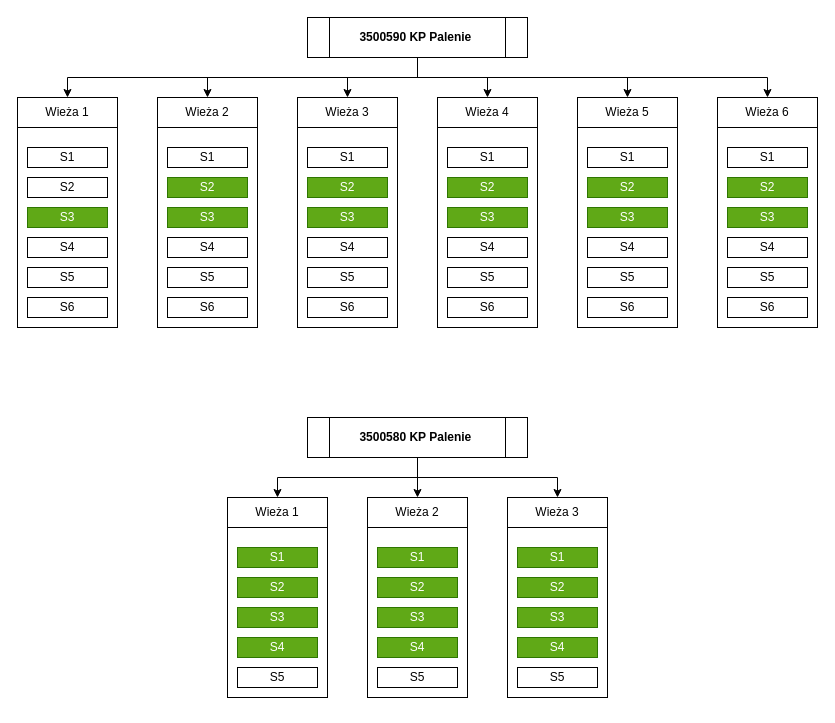
The draw.io diagram Diagram bez tytułu.drawio in goth1x/Baltic-Operator, before the edit. Source tidied: cells renumbered, new cells numbered last; positions are measured from the earlier drawing's top-left corner, leaving out a move shared by most shapes. Both pictures are drawn from the tidied source at 100%, with x=0, y=0 at pixel (17, 17).
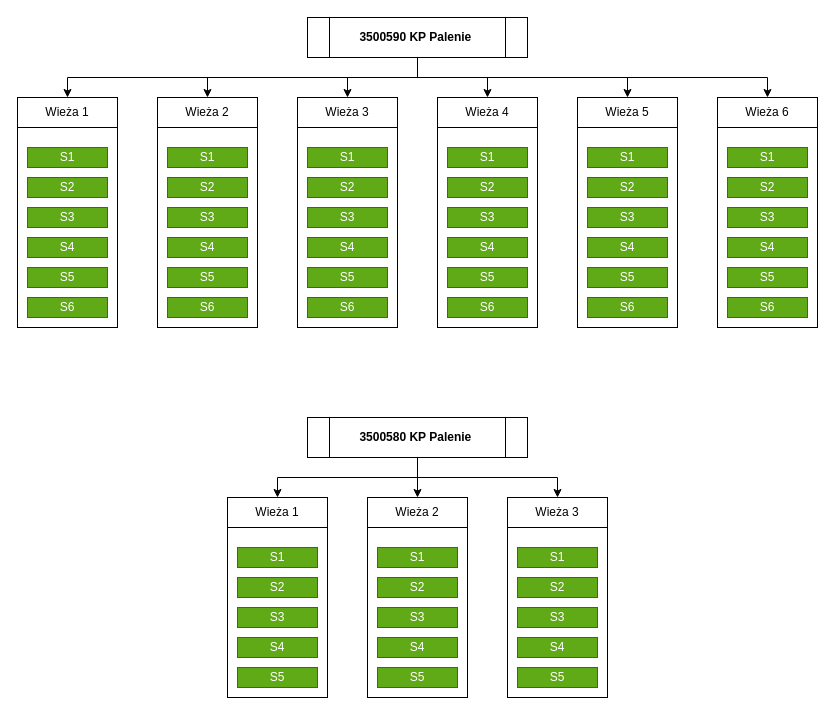
The same diagram, later.

Change to the diagram source:
```diff
@@
-    <mxCell id="16" value="S1" style="rounded=0;whiteSpace=wrap;html=1;" parent="1" vertex="1">
+    <mxCell id="16" value="S1" style="rounded=0;whiteSpace=wrap;html=1;fillColor=#60a917;fontColor=#ffffff;strokeColor=#2D7600;" parent="1" vertex="1">
       <mxGeometry x="10" y="130" width="80" height="20" as="geometry" />
     </mxCell>
-    <mxCell id="17" value="S2" style="rounded=0;whiteSpace=wrap;html=1;" parent="1" vertex="1">
+    <mxCell id="17" value="S2" style="rounded=0;whiteSpace=wrap;html=1;fillColor=#60a917;fontColor=#ffffff;strokeColor=#2D7600;" parent="1" vertex="1">
       <mxGeometry x="10" y="160" width="80" height="20" as="geometry" />
     </mxCell>
@@
-    <mxCell id="19" value="S4" style="rounded=0;whiteSpace=wrap;html=1;" parent="1" vertex="1">
+    <mxCell id="19" value="S4" style="rounded=0;whiteSpace=wrap;html=1;fillColor=#60a917;fontColor=#ffffff;strokeColor=#2D7600;" parent="1" vertex="1">
       <mxGeometry x="10" y="220" width="80" height="20" as="geometry" />
     </mxCell>
-    <mxCell id="20" value="S5" style="rounded=0;whiteSpace=wrap;html=1;" parent="1" vertex="1">
+    <mxCell id="20" value="S5" style="rounded=0;whiteSpace=wrap;html=1;fillColor=#60a917;fontColor=#ffffff;strokeColor=#2D7600;" parent="1" vertex="1">
       <mxGeometry x="10" y="250" width="80" height="20" as="geometry" />
     </mxCell>
-    <mxCell id="21" value="S6" style="rounded=0;whiteSpace=wrap;html=1;" parent="1" vertex="1">
+    <mxCell id="21" value="S6" style="rounded=0;whiteSpace=wrap;html=1;fillColor=#60a917;fontColor=#ffffff;strokeColor=#2D7600;" parent="1" vertex="1">
       <mxGeometry x="10" y="280" width="80" height="20" as="geometry" />
     </mxCell>
@@
-    <mxCell id="23" value="S1" style="rounded=0;whiteSpace=wrap;html=1;" parent="1" vertex="1">
+    <mxCell id="23" value="S1" style="rounded=0;whiteSpace=wrap;html=1;fillColor=#60a917;fontColor=#ffffff;strokeColor=#2D7600;" parent="1" vertex="1">
       <mxGeometry x="150" y="130" width="80" height="20" as="geometry" />
     </mxCell>
@@
-    <mxCell id="26" value="S4" style="rounded=0;whiteSpace=wrap;html=1;" parent="1" vertex="1">
+    <mxCell id="26" value="S4" style="rounded=0;whiteSpace=wrap;html=1;fillColor=#60a917;fontColor=#ffffff;strokeColor=#2D7600;" parent="1" vertex="1">
       <mxGeometry x="150" y="220" width="80" height="20" as="geometry" />
     </mxCell>
-    <mxCell id="27" value="S5" style="rounded=0;whiteSpace=wrap;html=1;" parent="1" vertex="1">
+    <mxCell id="27" value="S5" style="rounded=0;whiteSpace=wrap;html=1;fillColor=#60a917;fontColor=#ffffff;strokeColor=#2D7600;" parent="1" vertex="1">
       <mxGeometry x="150" y="250" width="80" height="20" as="geometry" />
     </mxCell>
-    <mxCell id="28" value="S6" style="rounded=0;whiteSpace=wrap;html=1;" parent="1" vertex="1">
+    <mxCell id="28" value="S6" style="rounded=0;whiteSpace=wrap;html=1;fillColor=#60a917;fontColor=#ffffff;strokeColor=#2D7600;" parent="1" vertex="1">
       <mxGeometry x="150" y="280" width="80" height="20" as="geometry" />
     </mxCell>
@@
-    <mxCell id="30" value="S1" style="rounded=0;whiteSpace=wrap;html=1;" parent="1" vertex="1">
+    <mxCell id="30" value="S1" style="rounded=0;whiteSpace=wrap;html=1;fillColor=#60a917;fontColor=#ffffff;strokeColor=#2D7600;" parent="1" vertex="1">
       <mxGeometry x="290" y="130" width="80" height="20" as="geometry" />
     </mxCell>
@@
-    <mxCell id="33" value="S4" style="rounded=0;whiteSpace=wrap;html=1;" parent="1" vertex="1">
+    <mxCell id="33" value="S4" style="rounded=0;whiteSpace=wrap;html=1;fillColor=#60a917;fontColor=#ffffff;strokeColor=#2D7600;" parent="1" vertex="1">
       <mxGeometry x="290" y="220" width="80" height="20" as="geometry" />
     </mxCell>
-    <mxCell id="34" value="S5" style="rounded=0;whiteSpace=wrap;html=1;" parent="1" vertex="1">
+    <mxCell id="34" value="S5" style="rounded=0;whiteSpace=wrap;html=1;fillColor=#60a917;fontColor=#ffffff;strokeColor=#2D7600;" parent="1" vertex="1">
       <mxGeometry x="290" y="250" width="80" height="20" as="geometry" />
     </mxCell>
-    <mxCell id="35" value="S6" style="rounded=0;whiteSpace=wrap;html=1;" parent="1" vertex="1">
+    <mxCell id="35" value="S6" style="rounded=0;whiteSpace=wrap;html=1;fillColor=#60a917;fontColor=#ffffff;strokeColor=#2D7600;" parent="1" vertex="1">
       <mxGeometry x="290" y="280" width="80" height="20" as="geometry" />
     </mxCell>
@@
-    <mxCell id="37" value="S1" style="rounded=0;whiteSpace=wrap;html=1;" parent="1" vertex="1">
+    <mxCell id="37" value="S1" style="rounded=0;whiteSpace=wrap;html=1;fillColor=#60a917;fontColor=#ffffff;strokeColor=#2D7600;" parent="1" vertex="1">
       <mxGeometry x="430" y="130" width="80" height="20" as="geometry" />
     </mxCell>
@@
-    <mxCell id="40" value="S4" style="rounded=0;whiteSpace=wrap;html=1;" parent="1" vertex="1">
+    <mxCell id="40" value="S4" style="rounded=0;whiteSpace=wrap;html=1;fillColor=#60a917;fontColor=#ffffff;strokeColor=#2D7600;" parent="1" vertex="1">
       <mxGeometry x="430" y="220" width="80" height="20" as="geometry" />
     </mxCell>
-    <mxCell id="41" value="S5" style="rounded=0;whiteSpace=wrap;html=1;" parent="1" vertex="1">
+    <mxCell id="41" value="S5" style="rounded=0;whiteSpace=wrap;html=1;fillColor=#60a917;fontColor=#ffffff;strokeColor=#2D7600;" parent="1" vertex="1">
       <mxGeometry x="430" y="250" width="80" height="20" as="geometry" />
     </mxCell>
-    <mxCell id="42" value="S6" style="rounded=0;whiteSpace=wrap;html=1;" parent="1" vertex="1">
+    <mxCell id="42" value="S6" style="rounded=0;whiteSpace=wrap;html=1;fillColor=#60a917;fontColor=#ffffff;strokeColor=#2D7600;" parent="1" vertex="1">
       <mxGeometry x="430" y="280" width="80" height="20" as="geometry" />
     </mxCell>
@@
-    <mxCell id="44" value="S1" style="rounded=0;whiteSpace=wrap;html=1;" parent="1" vertex="1">
+    <mxCell id="44" value="S1" style="rounded=0;whiteSpace=wrap;html=1;fillColor=#60a917;fontColor=#ffffff;strokeColor=#2D7600;" parent="1" vertex="1">
       <mxGeometry x="570" y="130" width="80" height="20" as="geometry" />
     </mxCell>
@@
-    <mxCell id="47" value="S4" style="rounded=0;whiteSpace=wrap;html=1;" parent="1" vertex="1">
+    <mxCell id="47" value="S4" style="rounded=0;whiteSpace=wrap;html=1;fillColor=#60a917;fontColor=#ffffff;strokeColor=#2D7600;" parent="1" vertex="1">
       <mxGeometry x="570" y="220" width="80" height="20" as="geometry" />
     </mxCell>
-    <mxCell id="48" value="S5" style="rounded=0;whiteSpace=wrap;html=1;" parent="1" vertex="1">
+    <mxCell id="48" value="S5" style="rounded=0;whiteSpace=wrap;html=1;fillColor=#60a917;fontColor=#ffffff;strokeColor=#2D7600;" parent="1" vertex="1">
       <mxGeometry x="570" y="250" width="80" height="20" as="geometry" />
     </mxCell>
-    <mxCell id="49" value="S6" style="rounded=0;whiteSpace=wrap;html=1;" parent="1" vertex="1">
+    <mxCell id="49" value="S6" style="rounded=0;whiteSpace=wrap;html=1;fillColor=#60a917;fontColor=#ffffff;strokeColor=#2D7600;" parent="1" vertex="1">
       <mxGeometry x="570" y="280" width="80" height="20" as="geometry" />
     </mxCell>
@@
-    <mxCell id="51" value="S1" style="rounded=0;whiteSpace=wrap;html=1;" parent="1" vertex="1">
+    <mxCell id="51" value="S1" style="rounded=0;whiteSpace=wrap;html=1;fillColor=#60a917;fontColor=#ffffff;strokeColor=#2D7600;" parent="1" vertex="1">
       <mxGeometry x="710" y="130" width="80" height="20" as="geometry" />
     </mxCell>
@@
-    <mxCell id="54" value="S4" style="rounded=0;whiteSpace=wrap;html=1;" parent="1" vertex="1">
+    <mxCell id="54" value="S4" style="rounded=0;whiteSpace=wrap;html=1;fillColor=#60a917;fontColor=#ffffff;strokeColor=#2D7600;" parent="1" vertex="1">
       <mxGeometry x="710" y="220" width="80" height="20" as="geometry" />
     </mxCell>
-    <mxCell id="55" value="S5" style="rounded=0;whiteSpace=wrap;html=1;" parent="1" vertex="1">
+    <mxCell id="55" value="S5" style="rounded=0;whiteSpace=wrap;html=1;fillColor=#60a917;fontColor=#ffffff;strokeColor=#2D7600;" parent="1" vertex="1">
       <mxGeometry x="710" y="250" width="80" height="20" as="geometry" />
     </mxCell>
-    <mxCell id="56" value="S6" style="rounded=0;whiteSpace=wrap;html=1;" parent="1" vertex="1">
+    <mxCell id="56" value="S6" style="rounded=0;whiteSpace=wrap;html=1;fillColor=#60a917;fontColor=#ffffff;strokeColor=#2D7600;" parent="1" vertex="1">
       <mxGeometry x="710" y="280" width="80" height="20" as="geometry" />
     </mxCell>
@@
-    <mxCell id="69" value="S5" style="rounded=0;whiteSpace=wrap;html=1;" parent="1" vertex="1">
+    <mxCell id="69" value="S5" style="rounded=0;whiteSpace=wrap;html=1;fillColor=#60a917;fontColor=#ffffff;strokeColor=#2D7600;" parent="1" vertex="1">
       <mxGeometry x="220" y="650" width="80" height="20" as="geometry" />
     </mxCell>
@@
-    <mxCell id="75" value="S5" style="rounded=0;whiteSpace=wrap;html=1;" parent="1" vertex="1">
+    <mxCell id="75" value="S5" style="rounded=0;whiteSpace=wrap;html=1;fillColor=#60a917;fontColor=#ffffff;strokeColor=#2D7600;" parent="1" vertex="1">
       <mxGeometry x="360" y="650" width="80" height="20" as="geometry" />
     </mxCell>
@@
-    <mxCell id="81" value="S5" style="rounded=0;whiteSpace=wrap;html=1;" parent="1" vertex="1">
+    <mxCell id="81" value="S5" style="rounded=0;whiteSpace=wrap;html=1;fillColor=#60a917;fontColor=#ffffff;strokeColor=#2D7600;" parent="1" vertex="1">
       <mxGeometry x="500" y="650" width="80" height="20" as="geometry" />
     </mxCell>
```
